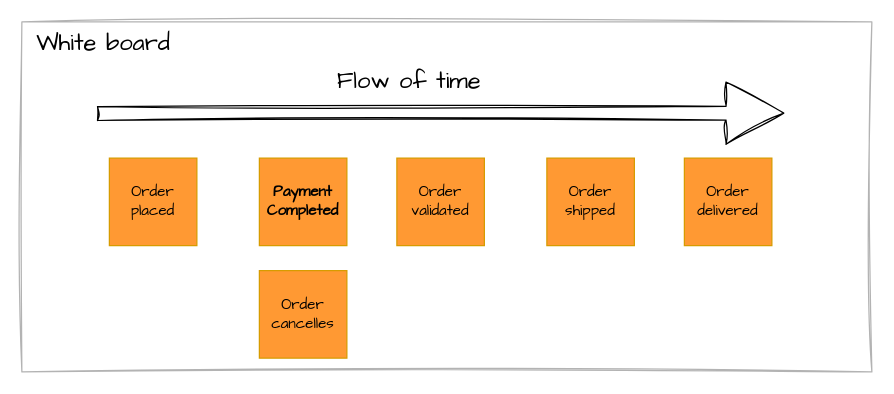
This is page "01-BP01" (2 of 13) of content/en/knowledgebase/ddd-eventstorming/eventstorming.drawio from mauvaisetroupe/architech, a draw.io file, before an edit. Source tidied: cells renumbered, new cells numbered last; positions are measured from the earlier drawing's top-left corner, leaving out a move shared by most shapes. Both pictures are drawn from the tidied source at 125%, with x=0, y=0 at pixel (21, 21).
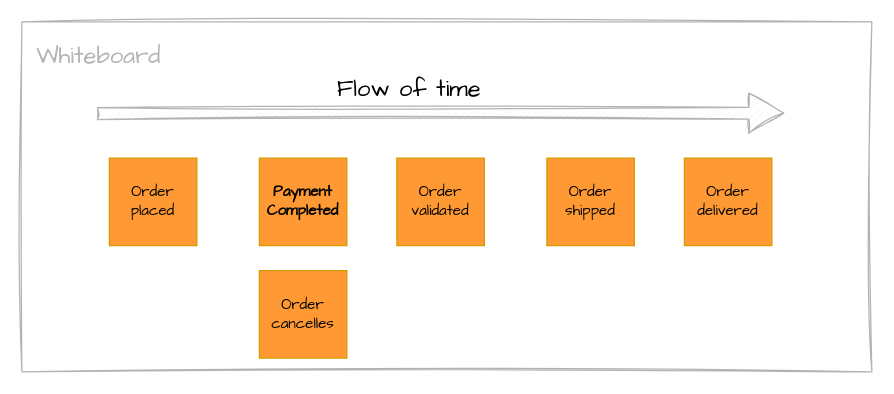
The same diagram, later.

What changed in the source:
```diff
@@
 <mxGraphModel>
   <root>
     <mxCell id="0" />
     <mxCell id="1" parent="0" />
     <mxCell id="2" style="rounded=0;whiteSpace=wrap;html=1;sketch=1;hachureGap=4;jiggle=2;curveFitting=1;fontFamily=Architects Daughter;strokeColor=#B3B3B3;strokeWidth=1;" parent="1" vertex="1">
       <mxGeometry width="680" height="280" as="geometry" />
     </mxCell>
     <mxCell id="3" value="Order placed" style="whiteSpace=wrap;html=1;hachureGap=4;fontFamily=Architects Daughter;fillColor=#FF9933;strokeColor=#d79b00;spacingTop=2;spacingLeft=2;spacingBottom=2;spacingRight=2;align=center;verticalAlign=middle;fontSize=12;fontColor=default;" parent="1" vertex="1">
       <mxGeometry x="70" y="109" width="70" height="70" as="geometry" />
     </mxCell>
     <mxCell id="4" value="Order validated" style="whiteSpace=wrap;html=1;hachureGap=4;fontFamily=Architects Daughter;fillColor=#FF9933;strokeColor=#d79b00;spacingTop=2;spacingLeft=2;spacingBottom=2;spacingRight=2;align=center;verticalAlign=middle;fontSize=12;fontColor=default;" parent="1" vertex="1">
       <mxGeometry x="300" y="109" width="70" height="70" as="geometry" />
     </mxCell>
     <mxCell id="5" value="Order shipped" style="whiteSpace=wrap;html=1;hachureGap=4;fontFamily=Architects Daughter;fillColor=#FF9933;strokeColor=#d79b00;spacingTop=2;spacingLeft=2;spacingBottom=2;spacingRight=2;align=center;verticalAlign=middle;fontSize=12;fontColor=default;" parent="1" vertex="1">
       <mxGeometry x="420" y="109" width="70" height="70" as="geometry" />
     </mxCell>
     <mxCell id="6" value="Order delivered" style="whiteSpace=wrap;html=1;hachureGap=4;fontFamily=Architects Daughter;fillColor=#FF9933;strokeColor=#d79b00;spacingTop=2;spacingLeft=2;spacingBottom=2;spacingRight=2;align=center;verticalAlign=middle;fontSize=12;fontColor=default;" parent="1" vertex="1">
       <mxGeometry x="530" y="109" width="70" height="70" as="geometry" />
     </mxCell>
     <mxCell id="7" value="Order cancelles" style="whiteSpace=wrap;html=1;hachureGap=4;fontFamily=Architects Daughter;fillColor=#FF9933;strokeColor=#d79b00;spacingTop=2;spacingLeft=2;spacingBottom=2;spacingRight=2;" parent="1" vertex="1">
       <mxGeometry x="190" y="199" width="70" height="70" as="geometry" />
     </mxCell>
     <mxCell id="8" value="&lt;strong&gt;Payment Completed&lt;/strong&gt;" style="whiteSpace=wrap;html=1;hachureGap=4;fontFamily=Architects Daughter;fillColor=#FF9933;strokeColor=#d79b00;spacingTop=2;spacingLeft=2;spacingBottom=2;spacingRight=2;" parent="1" vertex="1">
       <mxGeometry x="190" y="109" width="70" height="70" as="geometry" />
     </mxCell>
-    <mxCell id="9" style="shape=flexArrow;endArrow=classic;html=1;rounded=0;hachureGap=4;fontFamily=Architects Daughter;endWidth=37.8125;endSize=15.07;width=11;fontSize=19;sketch=1;curveFitting=1;jiggle=2;" parent="1" edge="1">
+    <mxCell id="9" style="shape=flexArrow;endArrow=classic;html=1;rounded=0;hachureGap=4;fontFamily=Architects Daughter;endWidth=21.764705882352942;endSize=8.976470588235294;width=9.411764705882353;fontSize=19;sketch=1;curveFitting=1;jiggle=2;fillColor=#f5f5f5;strokeColor=#B3B3B3;" parent="1" edge="1">
       <mxGeometry relative="1" as="geometry">
         <mxPoint x="60" y="73.4" as="sourcePoint" />
         <mxPoint x="610" y="73" as="targetPoint" />
       </mxGeometry>
     </mxCell>
-    <mxCell id="10" value="&lt;span style=&quot;color: rgb(0, 0, 0); font-family: &amp;quot;Architects Daughter&amp;quot;; font-size: 19px; font-style: normal; font-variant-ligatures: normal; font-variant-caps: normal; font-weight: 400; letter-spacing: normal; orphans: 2; text-indent: 0px; text-transform: none; widows: 2; word-spacing: 0px; -webkit-text-stroke-width: 0px; white-space: nowrap; background-color: rgb(255, 255, 255); text-decoration-thickness: initial; text-decoration-style: initial; text-decoration-color: initial; float: none; display: inline !important;&quot;&gt;Flow of time&lt;/span&gt;" style="text;whiteSpace=wrap;html=1;fontFamily=Architects Daughter;align=center;" parent="1" vertex="1">
-      <mxGeometry x="240" y="30" width="140" height="27" as="geometry" />
+    <mxCell id="10" value="&lt;span style=&quot;color: rgb(0, 0, 0); font-family: &amp;quot;Architects Daughter&amp;quot;; font-size: 19px; font-style: normal; font-variant-ligatures: normal; font-variant-caps: normal; font-weight: 400; letter-spacing: normal; orphans: 2; text-indent: 0px; text-transform: none; widows: 2; word-spacing: 0px; -webkit-text-stroke-width: 0px; white-space: nowrap; text-decoration-thickness: initial; text-decoration-style: initial; text-decoration-color: initial; float: none; display: inline !important;&quot;&gt;Flow of time&lt;/span&gt;" style="text;whiteSpace=wrap;html=1;fontFamily=Architects Daughter;align=center;labelBackgroundColor=none;" parent="1" vertex="1">
+      <mxGeometry x="240" y="37" width="140" height="27" as="geometry" />
     </mxCell>
-    <mxCell id="11" value="&lt;span style=&quot;color: rgb(0, 0, 0); font-family: &amp;quot;Architects Daughter&amp;quot;; font-size: 19px; font-style: normal; font-variant-ligatures: normal; font-variant-caps: normal; font-weight: 400; letter-spacing: normal; orphans: 2; text-align: center; text-indent: 0px; text-transform: none; widows: 2; word-spacing: 0px; -webkit-text-stroke-width: 0px; white-space: nowrap; background-color: rgb(255, 255, 255); text-decoration-thickness: initial; text-decoration-style: initial; text-decoration-color: initial; float: none; display: inline !important;&quot;&gt;White board&lt;/span&gt;" style="text;whiteSpace=wrap;html=1;fontFamily=Architects Daughter;" parent="1" vertex="1">
-      <mxGeometry x="10" width="88" height="27" as="geometry" />
-    </mxCell>
+    <mxCell id="12" value="&lt;span style=&quot;font-family: &amp;quot;Architects Daughter&amp;quot;; font-size: 19px; font-style: normal; font-variant-ligatures: normal; font-variant-caps: normal; font-weight: 400; letter-spacing: normal; orphans: 2; text-align: center; text-indent: 0px; text-transform: none; widows: 2; word-spacing: 0px; -webkit-text-stroke-width: 0px; white-space: nowrap; background-color: rgb(255, 255, 255); text-decoration-thickness: initial; text-decoration-style: initial; text-decoration-color: initial; float: none; display: inline !important;&quot;&gt;Whiteboard&lt;/span&gt;" style="text;whiteSpace=wrap;html=1;fontFamily=Architects Daughter;fontColor=#B3B3B3;" parent="1" vertex="1">
+      <mxGeometry x="10" y="10" width="88" height="27" as="geometry" />
+    </mxCell>
   </root>
 </mxGraphModel>
```
